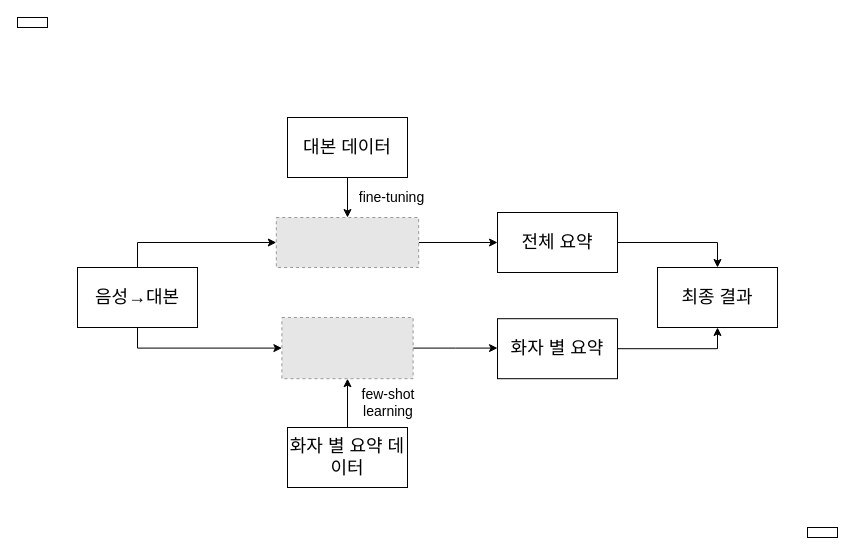
wonchul98/audio-to-summary keeps this draw.io diagram as NLP/요약 생성 흐름도.drawio. Above is the earlier version. Source tidied: cells renumbered, new cells numbered last; positions are measured from the earlier drawing's top-left corner, leaving out a move shared by most shapes. Both pictures are drawn from the tidied source at 100%, with x=0, y=0 at pixel (17, 17). Pictures stored in the file or linked from it are replaced by grey dashed boxes.
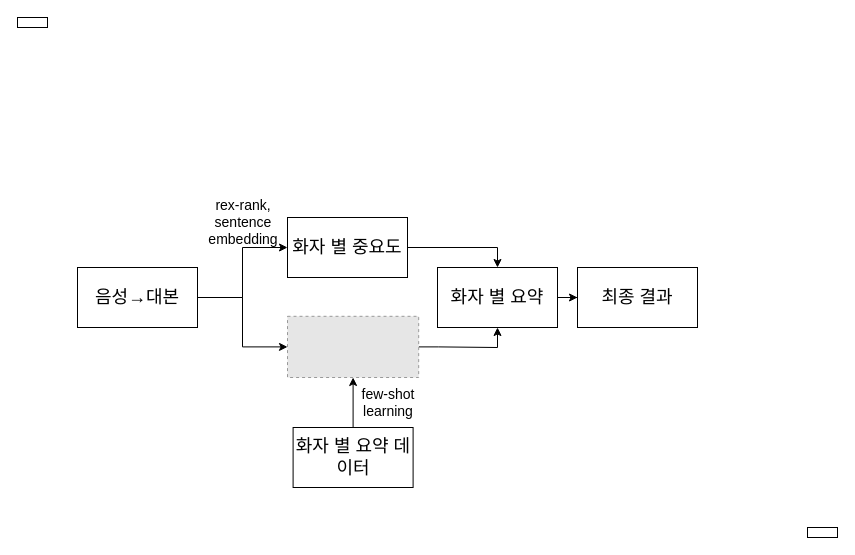
The same page after the edit.

Unchanged cells that the change refers to:
```xml
<mxCell id="11" value="&lt;font style=&quot;font-size: 18px;&quot;&gt;음성→대본&lt;/font&gt;" style="rounded=0;whiteSpace=wrap;html=1;" parent="1" vertex="1">
  <mxGeometry x="60" y="250" width="120" height="60" as="geometry" />
</mxCell>
```

The edit, as a diff of the source:
```diff
@@
-    <mxCell id="2" style="edgeStyle=orthogonalEdgeStyle;rounded=0;jettySize=auto;html=1;entryX=0.5;entryY=0;entryDx=0;entryDy=0;" parent="1" edge="1" source="3" target="7">
-      <mxGeometry relative="1" as="geometry" />
-    </mxCell>
-    <mxCell id="3" value="&lt;font style=&quot;font-size: 18px;&quot;&gt;대본 데이터&lt;/font&gt;" style="rounded=0;whiteSpace=wrap;html=1;" parent="1" vertex="1">
-      <mxGeometry x="270" y="100" width="120" height="60" as="geometry" />
-    </mxCell>
@@
     <mxCell id="5" value="&lt;font style=&quot;font-size: 18px;&quot;&gt;화자 별 요약 데이터&lt;/font&gt;" style="rounded=0;whiteSpace=wrap;html=1;" parent="1" vertex="1">
-      <mxGeometry x="270" y="410" width="120" height="60" as="geometry" />
+      <mxGeometry x="275.6" y="410" width="120" height="60" as="geometry" />
     </mxCell>
-    <mxCell id="6" style="edgeStyle=orthogonalEdgeStyle;rounded=0;jettySize=auto;html=1;" parent="1" edge="1" source="7" target="15">
-      <mxGeometry relative="1" as="geometry" />
-    </mxCell>
-    <mxCell id="7" style="fillColor=#E6E6E6;strokeColor=#999999;dashed=1;verticalLabelPosition=bottom;labelBackgroundColor=default;verticalAlign=top;" parent="1" vertex="1">
-      <mxGeometry x="258.8" y="200" width="142.4" height="50" as="geometry" />
-    </mxCell>
-    <mxCell id="8" value="&lt;font style=&quot;font-size: 14px;&quot;&gt;fine-tuning&lt;/font&gt;" style="text;html=1;strokeColor=none;fillColor=none;align=center;verticalAlign=middle;whiteSpace=wrap;rounded=0;" parent="1" vertex="1">
-      <mxGeometry x="330" y="165" width="88.8" height="30" as="geometry" />
-    </mxCell>
-    <mxCell id="9" style="edgeStyle=orthogonalEdgeStyle;rounded=0;jettySize=auto;html=1;exitX=1;exitY=0.5;exitDx=0;exitDy=0;entryX=0;entryY=0.5;entryDx=0;entryDy=0;" parent="1" edge="1" source="11" target="7">
-      <mxGeometry relative="1" as="geometry">
-        <Array as="points">
-          <mxPoint x="120" y="280" />
-          <mxPoint x="120" y="225" />
-        </Array>
-      </mxGeometry>
-    </mxCell>
-    <mxCell id="10" style="edgeStyle=orthogonalEdgeStyle;rounded=0;jettySize=auto;html=1;exitX=1;exitY=0.5;exitDx=0;exitDy=0;entryX=0;entryY=0.5;entryDx=0;entryDy=0;" parent="1" edge="1" source="11" target="13">
-      <mxGeometry relative="1" as="geometry">
-        <Array as="points">
-          <mxPoint x="120" y="280" />
-          <mxPoint x="120" y="331" />
-        </Array>
-      </mxGeometry>
+    <mxCell id="10" style="edgeStyle=orthogonalEdgeStyle;rounded=0;jettySize=auto;html=1;entryX=0;entryY=0.5;entryDx=0;entryDy=0;" parent="1" edge="1" source="11" target="13">
+      <mxGeometry relative="1" as="geometry" />
     </mxCell>
+    <mxCell id="22" style="edgeStyle=orthogonalEdgeStyle;rounded=0;jettySize=auto;html=1;entryX=0;entryY=0.5;entryDx=0;entryDy=0;" parent="1" edge="1" source="11" target="25">
+      <mxGeometry relative="1" as="geometry" />
+    </mxCell>
@@
-    <mxCell id="12" style="edgeStyle=orthogonalEdgeStyle;rounded=0;jettySize=auto;html=1;" parent="1" edge="1" source="13">
-      <mxGeometry relative="1" as="geometry">
-        <mxPoint x="480" y="330.6" as="targetPoint" />
-      </mxGeometry>
-    </mxCell>
+    <mxCell id="23" style="edgeStyle=orthogonalEdgeStyle;rounded=0;jettySize=auto;html=1;entryX=0.5;entryY=1;entryDx=0;entryDy=0;" parent="1" edge="1" source="13" target="17">
+      <mxGeometry relative="1" as="geometry" />
+    </mxCell>
     <mxCell id="13" style="fillColor=#E6E6E6;strokeColor=#999999;dashed=1;verticalLabelPosition=bottom;labelBackgroundColor=default;verticalAlign=top;" parent="1" vertex="1">
-      <mxGeometry x="264.4" y="300" width="131.2" height="61.2" as="geometry" />
+      <mxGeometry x="270" y="298.8" width="131.2" height="61.2" as="geometry" />
     </mxCell>
-    <mxCell id="14" style="edgeStyle=orthogonalEdgeStyle;rounded=0;jettySize=auto;html=1;exitX=1;exitY=0.5;exitDx=0;exitDy=0;entryX=0.5;entryY=0;entryDx=0;entryDy=0;" parent="1" edge="1" source="15" target="19">
-      <mxGeometry relative="1" as="geometry" />
-    </mxCell>
-    <mxCell id="15" value="&lt;font style=&quot;font-size: 18px;&quot;&gt;전체 요약&lt;/font&gt;" style="rounded=0;whiteSpace=wrap;html=1;" parent="1" vertex="1">
-      <mxGeometry x="480" y="195" width="120" height="60" as="geometry" />
-    </mxCell>
-    <mxCell id="16" style="edgeStyle=orthogonalEdgeStyle;rounded=0;jettySize=auto;html=1;entryX=0.5;entryY=1;entryDx=0;entryDy=0;" parent="1" edge="1" source="17" target="19">
+    <mxCell id="16" style="edgeStyle=orthogonalEdgeStyle;rounded=0;jettySize=auto;html=1;" parent="1" edge="1" source="17" target="19">
       <mxGeometry relative="1" as="geometry" />
     </mxCell>
     <mxCell id="17" value="&lt;font style=&quot;font-size: 18px;&quot;&gt;화자 별 요약&lt;/font&gt;" style="rounded=0;whiteSpace=wrap;html=1;" parent="1" vertex="1">
-      <mxGeometry x="480" y="301.2" width="120" height="60" as="geometry" />
+      <mxGeometry x="420" y="250" width="120" height="60" as="geometry" />
     </mxCell>
@@
     <mxCell id="19" value="&lt;font style=&quot;font-size: 18px;&quot;&gt;최종 결과&lt;/font&gt;" style="rounded=0;whiteSpace=wrap;html=1;" parent="1" vertex="1">
-      <mxGeometry x="640" y="250" width="120" height="60" as="geometry" />
+      <mxGeometry x="560" y="250" width="120" height="60" as="geometry" />
     </mxCell>
@@
+    <mxCell id="24" style="edgeStyle=orthogonalEdgeStyle;rounded=0;jettySize=auto;html=1;exitX=1;exitY=0.5;exitDx=0;exitDy=0;entryX=0.5;entryY=0;entryDx=0;entryDy=0;" parent="1" edge="1" source="25" target="17">
+      <mxGeometry relative="1" as="geometry" />
+    </mxCell>
+    <mxCell id="25" value="&lt;font style=&quot;font-size: 18px;&quot;&gt;화자 별 중요도&lt;/font&gt;" style="whiteSpace=wrap;html=1;rounded=0;" parent="1" vertex="1">
+      <mxGeometry x="270" y="200" width="120" height="60" as="geometry" />
+    </mxCell>
+    <mxCell id="26" value="&lt;font style=&quot;font-size: 14px;&quot;&gt;rex-rank,&lt;br&gt;sentence embedding&lt;/font&gt;" style="text;html=1;strokeColor=none;fillColor=none;align=center;verticalAlign=middle;whiteSpace=wrap;rounded=0;" parent="1" vertex="1">
+      <mxGeometry x="175.6" y="190" width="100" height="30" as="geometry" />
+    </mxCell>
```
